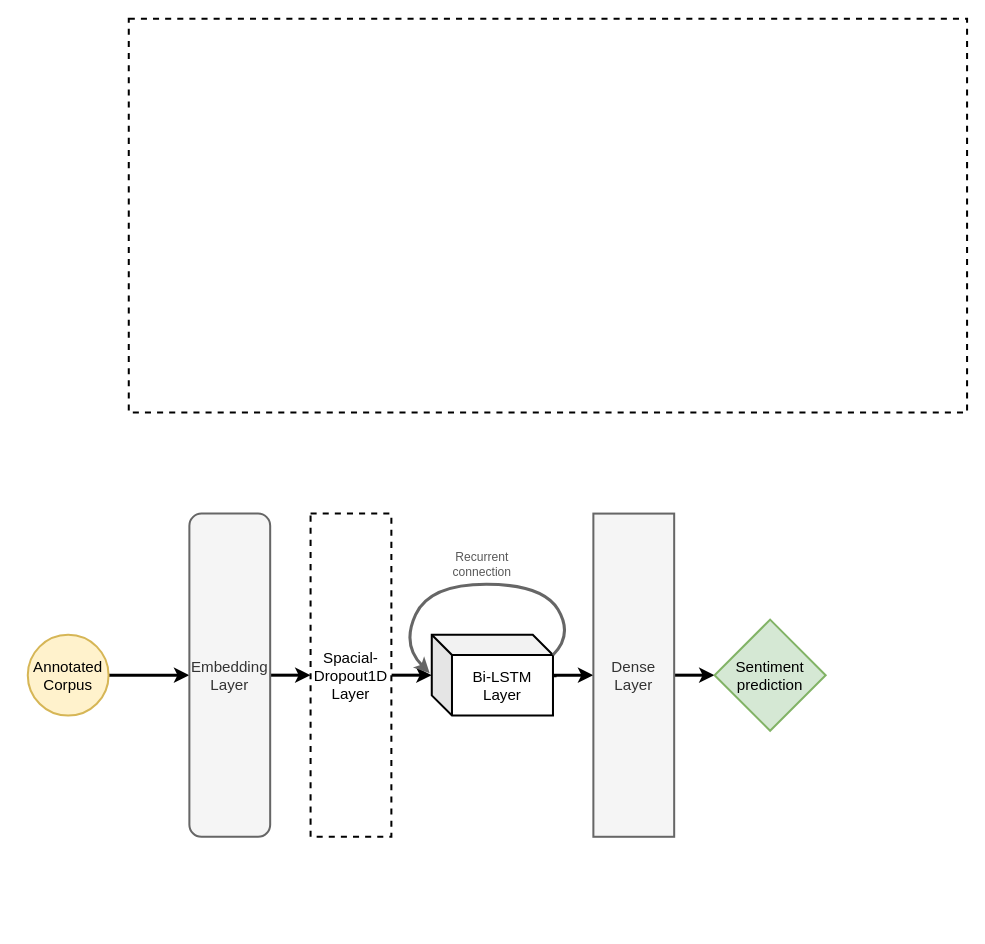
The draw.io diagram Bi_LSTM_NLP_Model.drawio in Poopaye-96/Visual_Content, before the edit. Source tidied: cells renumbered, new cells numbered last; positions are measured from the earlier drawing's top-left corner, leaving out a move shared by most shapes. Both pictures are drawn from the tidied source at 101%, with x=0, y=0 at pixel (27, 18).
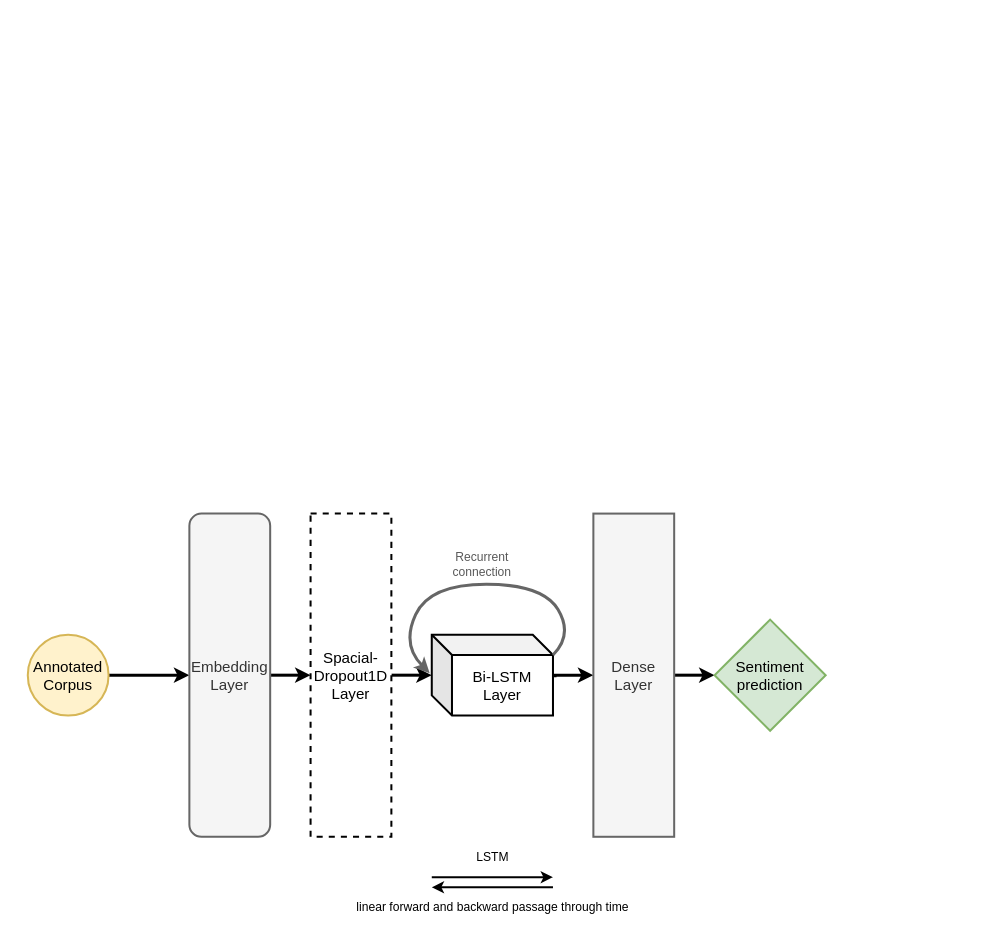
The same page after the edit.

What changed in the source:
```diff
@@
-    <mxCell id="15" style="rounded=0;whiteSpace=wrap;html=1;dashed=1;strokeWidth=2;fillColor=none;" parent="1" vertex="1">
-      <mxGeometry x="100" width="830" height="390" as="geometry" />
+    <mxCell id="15" style="rounded=0;whiteSpace=wrap;html=1;dashed=1;strokeWidth=2;fillColor=none;strokeColor=none;" parent="1" vertex="1">
+      <mxGeometry x="-10" y="480" width="830" height="420" as="geometry" />
     </mxCell>
+    <mxCell id="16" style="endArrow=classic;html=1;strokeWidth=2;" parent="1" edge="1">
+      <mxGeometry relative="1" as="geometry">
+        <mxPoint x="400" y="850" as="sourcePoint" />
+        <mxPoint x="520" y="850" as="targetPoint" />
+      </mxGeometry>
+    </mxCell>
+    <mxCell id="17" value="linear forward and backward passage through time" style="text;html=1;align=center;verticalAlign=middle;strokeColor=none;" parent="1" vertex="1">
+      <mxGeometry x="315" y="870" width="290" height="20" as="geometry" />
+    </mxCell>
+    <mxCell id="18" value="LSTM" style="text;html=1;align=center;verticalAlign=middle;strokeColor=none;" parent="1" vertex="1">
+      <mxGeometry x="435" y="820" width="50" height="20" as="geometry" />
+    </mxCell>
+    <mxCell id="19" style="endArrow=classic;html=1;strokeWidth=2;" parent="1" edge="1">
+      <mxGeometry relative="1" as="geometry">
+        <mxPoint x="520" y="860" as="sourcePoint" />
+        <mxPoint x="400" y="860" as="targetPoint" />
+      </mxGeometry>
+    </mxCell>
```
